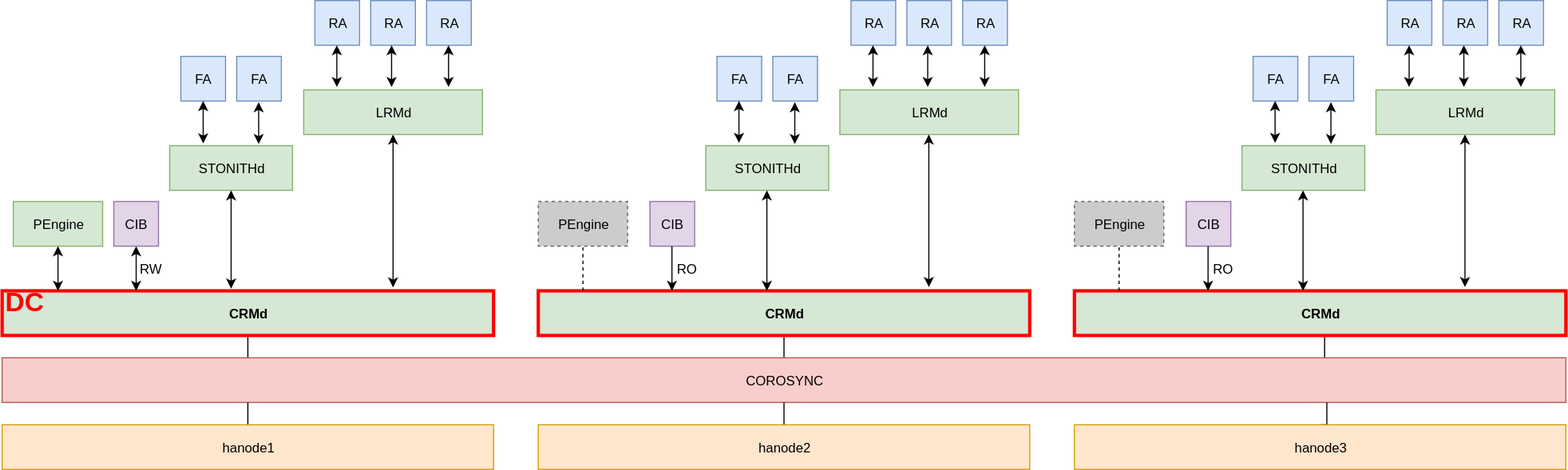
The draw.io diagram docs/workshop/fr/medias/pcmk_diag1-crmd.svg in ClusterLabs/PAF, before a commit. Source tidied: cells renumbered, new cells last; positions are measured from the earlier drawing's top-left corner, leaving out a move shared by most shapes.
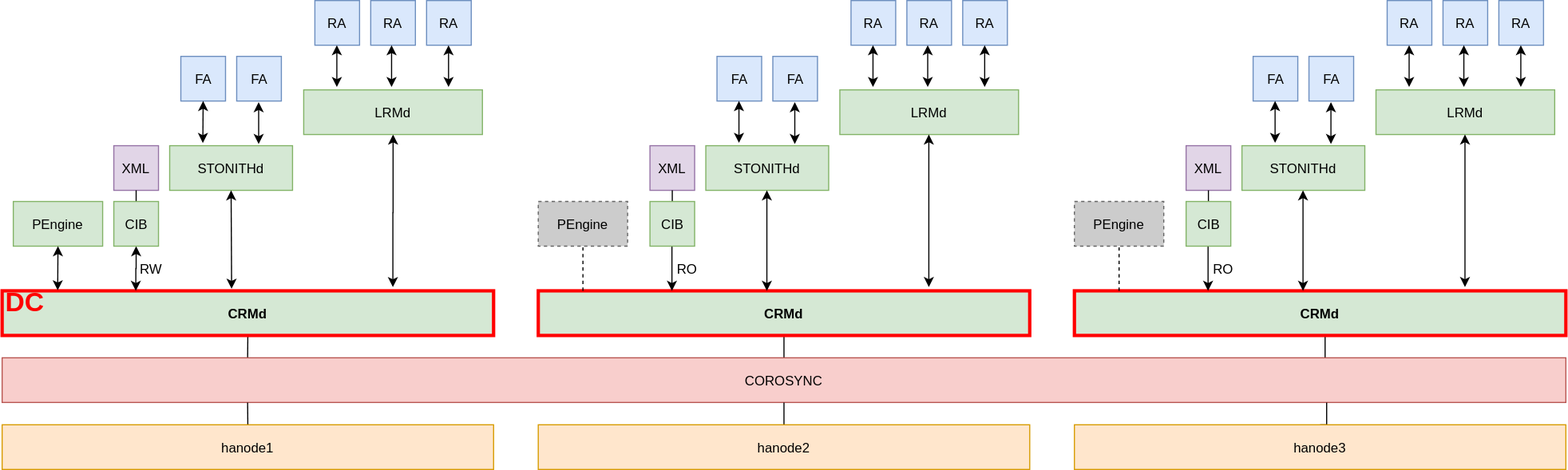
Later version of the same file.

Change to the diagram source:
```diff
@@ -11,9 +11,6 @@
     <mxCell id="4" style="edgeStyle=orthogonalEdgeStyle;rounded=0;html=1;exitX=0.5;exitY=1;entryX=0.272;entryY=0;entryPerimeter=0;startArrow=classic;startFill=1;endArrow=classic;endFill=1;jettySize=auto;" parent="1" edge="1" source="5" target="3">
       <mxGeometry relative="1" as="geometry" />
     </mxCell>
-    <mxCell id="5" value="CIB" style="rounded=0;whiteSpace=wrap;html=1;fillColor=#e1d5e7;strokeColor=#9673a6;" parent="1" vertex="1">
-      <mxGeometry x="100" y="180" width="40" height="40" as="geometry" />
-    </mxCell>
     <mxCell id="6" value="STONITHd" style="rounded=0;whiteSpace=wrap;html=1;fillColor=#d5e8d4;strokeColor=#82b366;" parent="1" vertex="1">
       <mxGeometry x="150" y="130" width="110" height="40" as="geometry" />
     </mxCell>
@@ -47,9 +44,6 @@
     <mxCell id="16" value="CRMd" style="rounded=0;whiteSpace=wrap;html=1;fillColor=#d5e8d4;strokeColor=#FF0000;strokeWidth=3;fontStyle=1;" parent="1" vertex="1">
       <mxGeometry x="480" y="260" width="440" height="40" as="geometry" />
     </mxCell>
-    <mxCell id="17" value="CIB" style="rounded=0;whiteSpace=wrap;html=1;fillColor=#e1d5e7;strokeColor=#9673a6;" parent="1" vertex="1">
-      <mxGeometry x="580" y="180" width="40" height="40" as="geometry" />
-    </mxCell>
     <mxCell id="18" value="STONITHd" style="rounded=0;whiteSpace=wrap;html=1;fillColor=#d5e8d4;strokeColor=#82b366;" parent="1" vertex="1">
       <mxGeometry x="630" y="130" width="110" height="40" as="geometry" />
     </mxCell>
@@ -77,9 +71,6 @@
     <mxCell id="26" value="CRMd" style="rounded=0;whiteSpace=wrap;html=1;fillColor=#d5e8d4;strokeColor=#FF0000;strokeWidth=3;fontStyle=1;" parent="1" vertex="1">
       <mxGeometry x="960" y="260" width="440" height="40" as="geometry" />
     </mxCell>
-    <mxCell id="27" value="CIB" style="rounded=0;whiteSpace=wrap;html=1;fillColor=#e1d5e7;strokeColor=#9673a6;" parent="1" vertex="1">
-      <mxGeometry x="1060" y="180" width="40" height="40" as="geometry" />
-    </mxCell>
     <mxCell id="28" value="STONITHd" style="rounded=0;whiteSpace=wrap;html=1;fillColor=#d5e8d4;strokeColor=#82b366;" parent="1" vertex="1">
       <mxGeometry x="1110" y="130" width="110" height="40" as="geometry" />
     </mxCell>
@@ -285,5 +276,32 @@
         <mxPoint x="1000" y="220" as="targetPoint" />
       </mxGeometry>
     </mxCell>
+    <mxCell id="73" value="XML" style="rounded=0;whiteSpace=wrap;html=1;fillColor=#e1d5e7;strokeColor=#9673a6;" parent="1" vertex="1">
+      <mxGeometry x="580" y="130" width="40" height="40" as="geometry" />
+    </mxCell>
+    <mxCell id="74" style="endArrow=none;html=1;fontSize=24;fontColor=#FF0000;exitX=0.5;exitY=0;entryX=0.5;entryY=1;" parent="1" edge="1" source="17" target="73">
+      <mxGeometry relative="1" as="geometry" />
+    </mxCell>
+    <mxCell id="75" value="XML" style="rounded=0;whiteSpace=wrap;html=1;fillColor=#e1d5e7;strokeColor=#9673a6;" parent="1" vertex="1">
+      <mxGeometry x="100" y="130" width="40" height="40" as="geometry" />
+    </mxCell>
+    <mxCell id="76" style="endArrow=none;html=1;fontSize=24;fontColor=#FF0000;exitX=0.5;exitY=0;entryX=0.5;entryY=1;" parent="1" edge="1" source="5" target="75">
+      <mxGeometry relative="1" as="geometry" />
+    </mxCell>
+    <mxCell id="77" value="XML" style="rounded=0;whiteSpace=wrap;html=1;fillColor=#e1d5e7;strokeColor=#9673a6;" parent="1" vertex="1">
+      <mxGeometry x="1060" y="130" width="40" height="40" as="geometry" />
+    </mxCell>
+    <mxCell id="78" style="endArrow=none;html=1;fontSize=24;fontColor=#FF0000;exitX=0.5;exitY=0;entryX=0.5;entryY=1;" parent="1" edge="1" source="27" target="77">
+      <mxGeometry relative="1" as="geometry" />
+    </mxCell>
+    <mxCell id="27" value="CIB" style="rounded=0;whiteSpace=wrap;html=1;fillColor=#d5e8d4;strokeColor=#82b366;" parent="1" vertex="1">
+      <mxGeometry x="1060" y="180" width="40" height="40" as="geometry" />
+    </mxCell>
+    <mxCell id="17" value="CIB" style="rounded=0;whiteSpace=wrap;html=1;fillColor=#d5e8d4;strokeColor=#82b366;" parent="1" vertex="1">
+      <mxGeometry x="580" y="180" width="40" height="40" as="geometry" />
+    </mxCell>
+    <mxCell id="5" value="CIB" style="rounded=0;whiteSpace=wrap;html=1;fillColor=#d5e8d4;strokeColor=#82b366;" parent="1" vertex="1">
+      <mxGeometry x="100" y="180" width="40" height="40" as="geometry" />
+    </mxCell>
   </root>
 </mxGraphModel>
```
